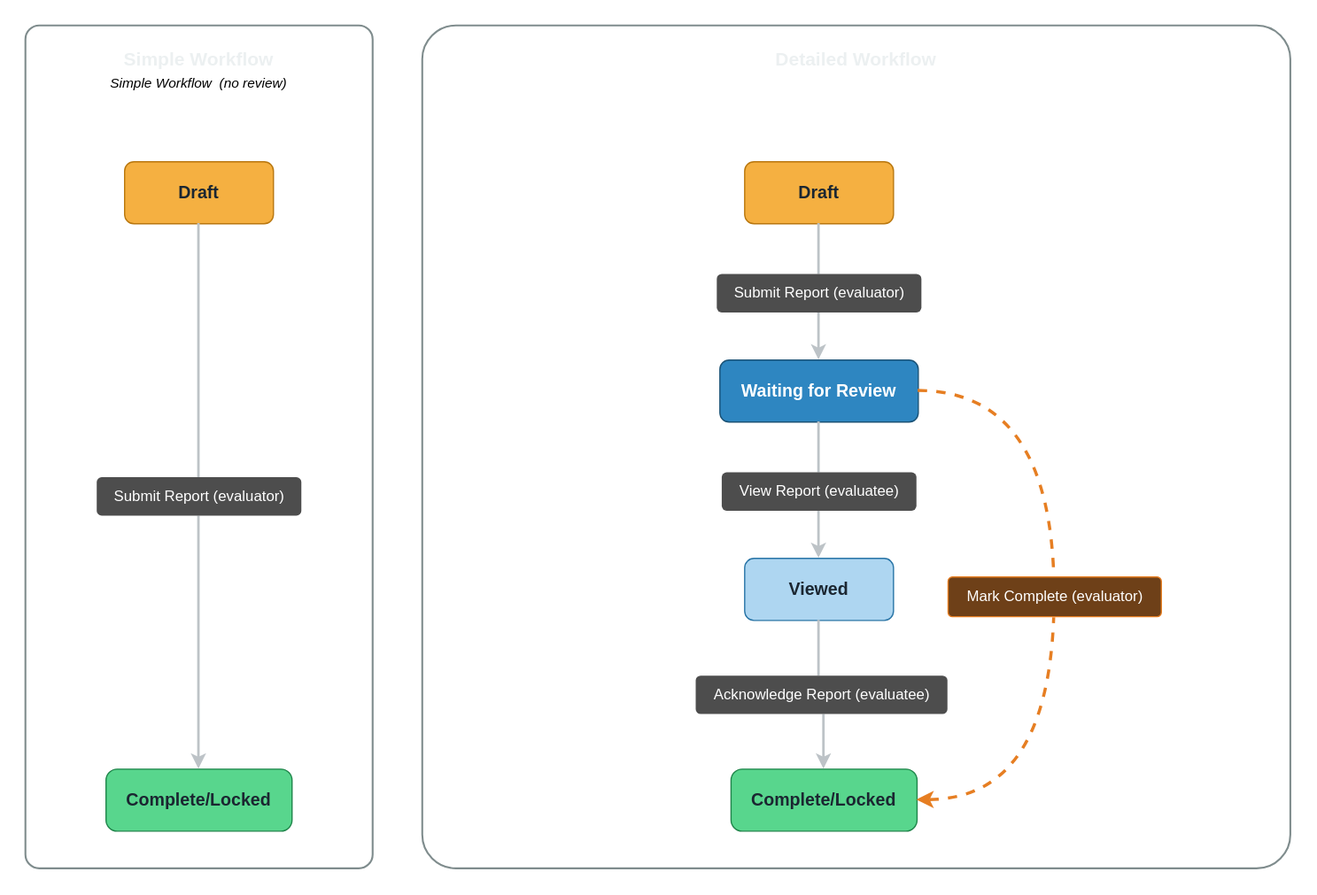
Earlier version of the draw.io export static/img/observation-workflow-formal.svg (hoc-stateeval/stateeval-help). Source tidied: cells renumbered, new cells last; positions are measured from the earlier drawing's top-left corner, leaving out a move shared by most shapes.
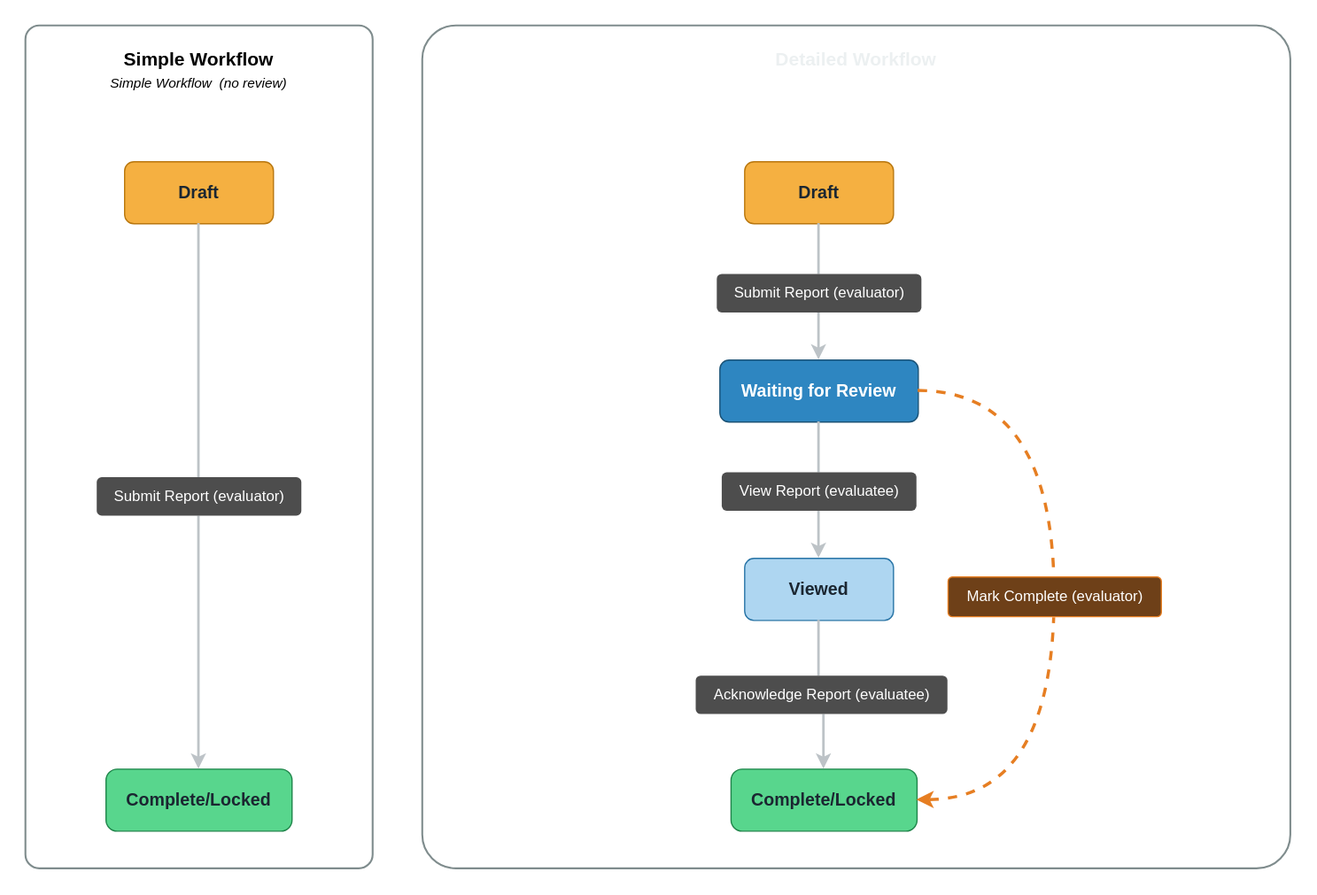
After the commit.

Commit message:
Update observation workflow SVG diagram

Diff of the diagram source:
```diff
@@ -5,7 +5,7 @@
     <mxCell id="2" style="rounded=1;whiteSpace=wrap;html=1;fillColor=none;strokeColor=#7F8C8D;strokeWidth=1.5;dashed=0;arcSize=4;" parent="1" vertex="1">
       <mxGeometry width="280" height="680" as="geometry" />
     </mxCell>
-    <mxCell id="3" value="Simple Workflow" style="text;html=1;strokeColor=none;fillColor=none;align=center;verticalAlign=middle;whiteSpace=wrap;rounded=0;fontSize=15;fontStyle=1;fontColor=#ECF0F1;" parent="1" vertex="1">
+    <mxCell id="3" value="&lt;font style=&quot;color: light-dark(rgb(0, 0, 0), rgb(0, 0, 0));&quot;&gt;Simple Workflow&lt;/font&gt;" style="text;html=1;strokeColor=none;fillColor=none;align=center;verticalAlign=middle;whiteSpace=wrap;rounded=0;fontSize=15;fontStyle=1;fontColor=#ECF0F1;" parent="1" vertex="1">
       <mxGeometry x="20" y="15" width="240" height="24" as="geometry" />
     </mxCell>
     <mxCell id="4" value="&lt;font style=&quot;color: light-dark(rgb(0, 0, 0), rgb(255, 255, 255));&quot;&gt;Simple Workflow&amp;nbsp; (no review)&lt;/font&gt;" style="text;html=1;strokeColor=none;fillColor=none;align=center;verticalAlign=middle;whiteSpace=wrap;rounded=0;fontSize=11;fontStyle=2;fontColor=#95A5A6;" parent="1" vertex="1">
```
